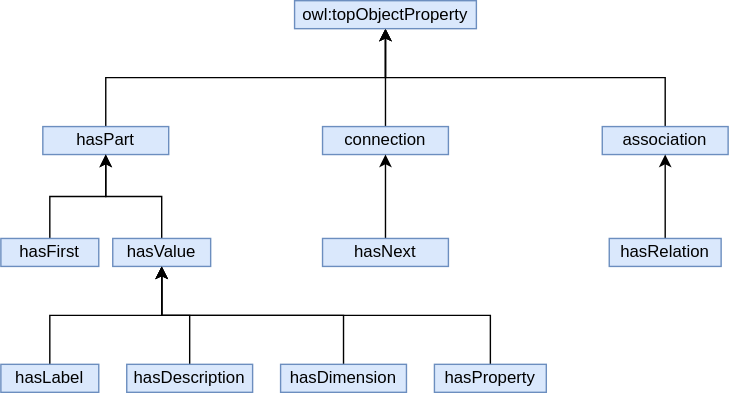
Before: doc/figs/relations.svg, a diagram exported from draw.io (emmo-repo/domain-datamodel). Source tidied: cells renumbered, new cells last; positions are measured from the earlier drawing's top-left corner, leaving out a move shared by most shapes.
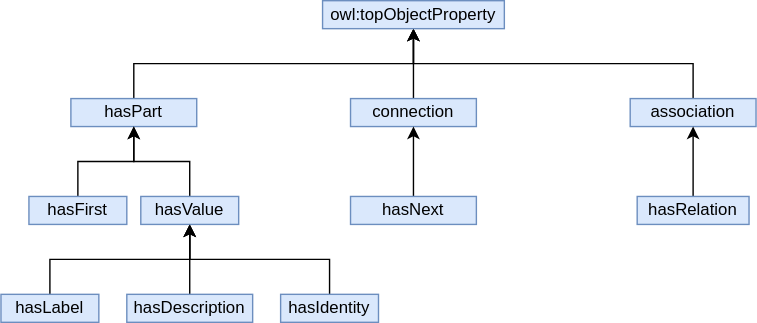
Later version of the same file.

Commit message:
Added hasIdentity to relation diagram.

Change to the diagram source:
```diff
@@ -6,19 +6,19 @@
       <mxGeometry relative="1" as="geometry" />
     </mxCell>
     <mxCell id="3" value="hasPart" style="rounded=0;whiteSpace=wrap;html=1;fillColor=#dae8fc;strokeColor=#6c8ebf;" parent="1" vertex="1">
-      <mxGeometry x="30" y="90" width="90" height="20" as="geometry" />
+      <mxGeometry x="30" y="100" width="90" height="20" as="geometry" />
     </mxCell>
     <mxCell id="4" style="edgeStyle=orthogonalEdgeStyle;rounded=0;jettySize=auto;html=1;exitX=0.5;exitY=0;exitDx=0;exitDy=0;entryX=0.5;entryY=1;entryDx=0;entryDy=0;" parent="1" edge="1" source="5" target="15">
       <mxGeometry relative="1" as="geometry" />
     </mxCell>
     <mxCell id="5" value="hasDescription" style="rounded=0;whiteSpace=wrap;html=1;fillColor=#dae8fc;strokeColor=#6c8ebf;" parent="1" vertex="1">
-      <mxGeometry x="90" y="260" width="90" height="20" as="geometry" />
+      <mxGeometry x="70" y="240" width="90" height="20" as="geometry" />
     </mxCell>
     <mxCell id="6" style="edgeStyle=orthogonalEdgeStyle;rounded=0;jettySize=auto;html=1;exitX=0.5;exitY=0;exitDx=0;exitDy=0;entryX=0.5;entryY=1;entryDx=0;entryDy=0;" parent="1" edge="1" source="7" target="15">
       <mxGeometry relative="1" as="geometry" />
     </mxCell>
     <mxCell id="7" value="hasLabel" style="rounded=0;whiteSpace=wrap;html=1;fillColor=#dae8fc;strokeColor=#6c8ebf;" parent="1" vertex="1">
-      <mxGeometry y="260" width="70" height="20" as="geometry" />
+      <mxGeometry x="-20" y="240" width="70" height="20" as="geometry" />
     </mxCell>
     <mxCell id="8" style="edgeStyle=orthogonalEdgeStyle;rounded=0;jettySize=auto;html=1;" parent="1" edge="1" source="9" target="3">
       <mxGeometry relative="1" as="geometry" />
@@ -30,7 +30,7 @@
       <mxGeometry relative="1" as="geometry" />
     </mxCell>
     <mxCell id="11" value="connection" style="rounded=0;whiteSpace=wrap;html=1;fillColor=#dae8fc;strokeColor=#6c8ebf;" parent="1" vertex="1">
-      <mxGeometry x="230" y="90" width="90" height="20" as="geometry" />
+      <mxGeometry x="230" y="100" width="90" height="20" as="geometry" />
     </mxCell>
     <mxCell id="12" style="edgeStyle=orthogonalEdgeStyle;rounded=0;jettySize=auto;html=1;" parent="1" edge="1" source="13" target="11">
       <mxGeometry relative="1" as="geometry" />
@@ -48,7 +48,7 @@
       <mxGeometry relative="1" as="geometry" />
     </mxCell>
     <mxCell id="17" value="association" style="rounded=0;whiteSpace=wrap;html=1;fillColor=#dae8fc;strokeColor=#6c8ebf;" parent="1" vertex="1">
-      <mxGeometry x="430" y="90" width="90" height="20" as="geometry" />
+      <mxGeometry x="430" y="100" width="90" height="20" as="geometry" />
     </mxCell>
     <mxCell id="18" style="edgeStyle=orthogonalEdgeStyle;rounded=0;jettySize=auto;html=1;" parent="1" edge="1" source="19" target="17">
       <mxGeometry relative="1" as="geometry" />
@@ -57,19 +57,13 @@
       <mxGeometry x="435" y="170" width="80" height="20" as="geometry" />
     </mxCell>
     <mxCell id="20" value="owl:topObjectProperty" style="rounded=0;whiteSpace=wrap;html=1;fillColor=#dae8fc;strokeColor=#6c8ebf;" parent="1" vertex="1">
-      <mxGeometry x="210" width="130" height="20" as="geometry" />
+      <mxGeometry x="210" y="30" width="130" height="20" as="geometry" />
     </mxCell>
     <mxCell id="21" style="edgeStyle=orthogonalEdgeStyle;rounded=0;jettySize=auto;html=1;exitX=0.5;exitY=0;exitDx=0;exitDy=0;" parent="1" edge="1" source="22" target="15">
       <mxGeometry relative="1" as="geometry" />
     </mxCell>
-    <mxCell id="22" value="hasDimension" style="rounded=0;whiteSpace=wrap;html=1;fillColor=#dae8fc;strokeColor=#6c8ebf;" parent="1" vertex="1">
-      <mxGeometry x="200" y="260" width="90" height="20" as="geometry" />
+    <mxCell id="22" value="hasIdentity" style="rounded=0;whiteSpace=wrap;html=1;fillColor=#dae8fc;strokeColor=#6c8ebf;" parent="1" vertex="1">
+      <mxGeometry x="180" y="240" width="70" height="20" as="geometry" />
     </mxCell>
-    <mxCell id="23" style="edgeStyle=orthogonalEdgeStyle;rounded=0;jettySize=auto;html=1;entryX=0.5;entryY=1;entryDx=0;entryDy=0;exitX=0.5;exitY=0;exitDx=0;exitDy=0;" parent="1" edge="1" source="24" target="15">
-      <mxGeometry relative="1" as="geometry" />
-    </mxCell>
-    <mxCell id="24" value="hasProperty" style="rounded=0;whiteSpace=wrap;html=1;fillColor=#dae8fc;strokeColor=#6c8ebf;" parent="1" vertex="1">
-      <mxGeometry x="310" y="260" width="80" height="20" as="geometry" />
-    </mxCell>
   </root>
 </mxGraphModel>
```
